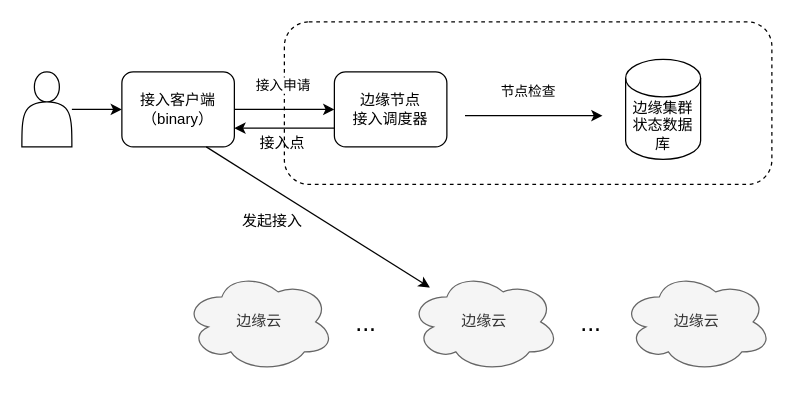
Earlier version of the draw.io diagram page "边缘节点接入" (8 of 9) of cloud-edge-softarch.drawio (lmxia/system_designs). Source tidied: cells renumbered, new cells numbered last; positions are measured from the earlier drawing's top-left corner, leaving out a move shared by most shapes. Both pictures are drawn from the tidied source at 125%, with x=0, y=0 at pixel (21, 21).
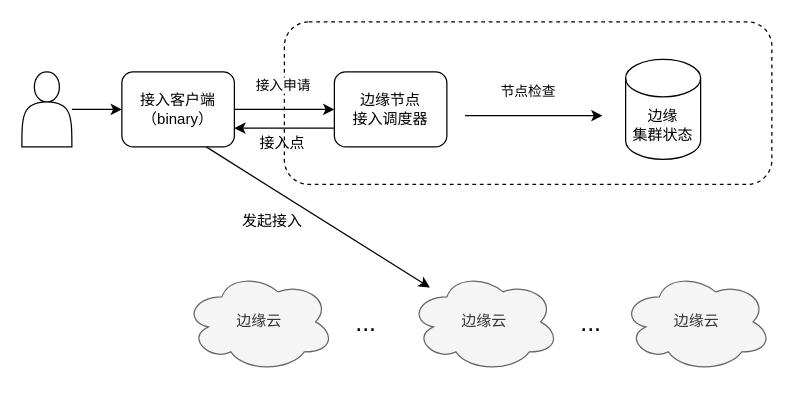
Above is the later version.

The edit, as a diff of the source:
```diff
@@
-    <mxCell id="19" value="&lt;span&gt;边缘集群&lt;/span&gt;&lt;br&gt;&lt;span&gt;状态数据库&lt;/span&gt;" style="shape=cylinder3;whiteSpace=wrap;html=1;boundedLbl=1;backgroundOutline=1;size=15;rounded=1;fillColor=#ffffff;gradientColor=none;" parent="1" vertex="1">
+    <mxCell id="19" value="&lt;span&gt;边缘&lt;br&gt;集群&lt;/span&gt;&lt;span&gt;状态&lt;/span&gt;" style="shape=cylinder3;whiteSpace=wrap;html=1;boundedLbl=1;backgroundOutline=1;size=15;rounded=1;fillColor=#ffffff;gradientColor=none;" parent="1" vertex="1">
       <mxGeometry x="483" y="30" width="60" height="80" as="geometry" />
     </mxCell>
```
